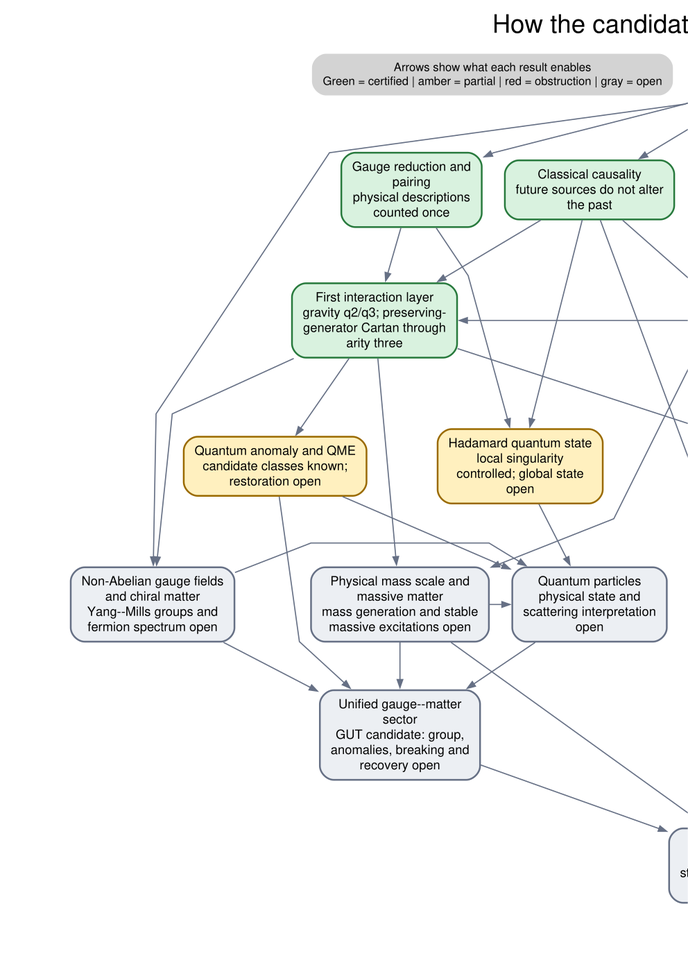
The Graphviz diagram certificate_graph/universe-building-dag.png in area9innovation/weyl-gravity, before a commit. Its source is kept beside it as certificate_graph/universe-building-dag.dot.
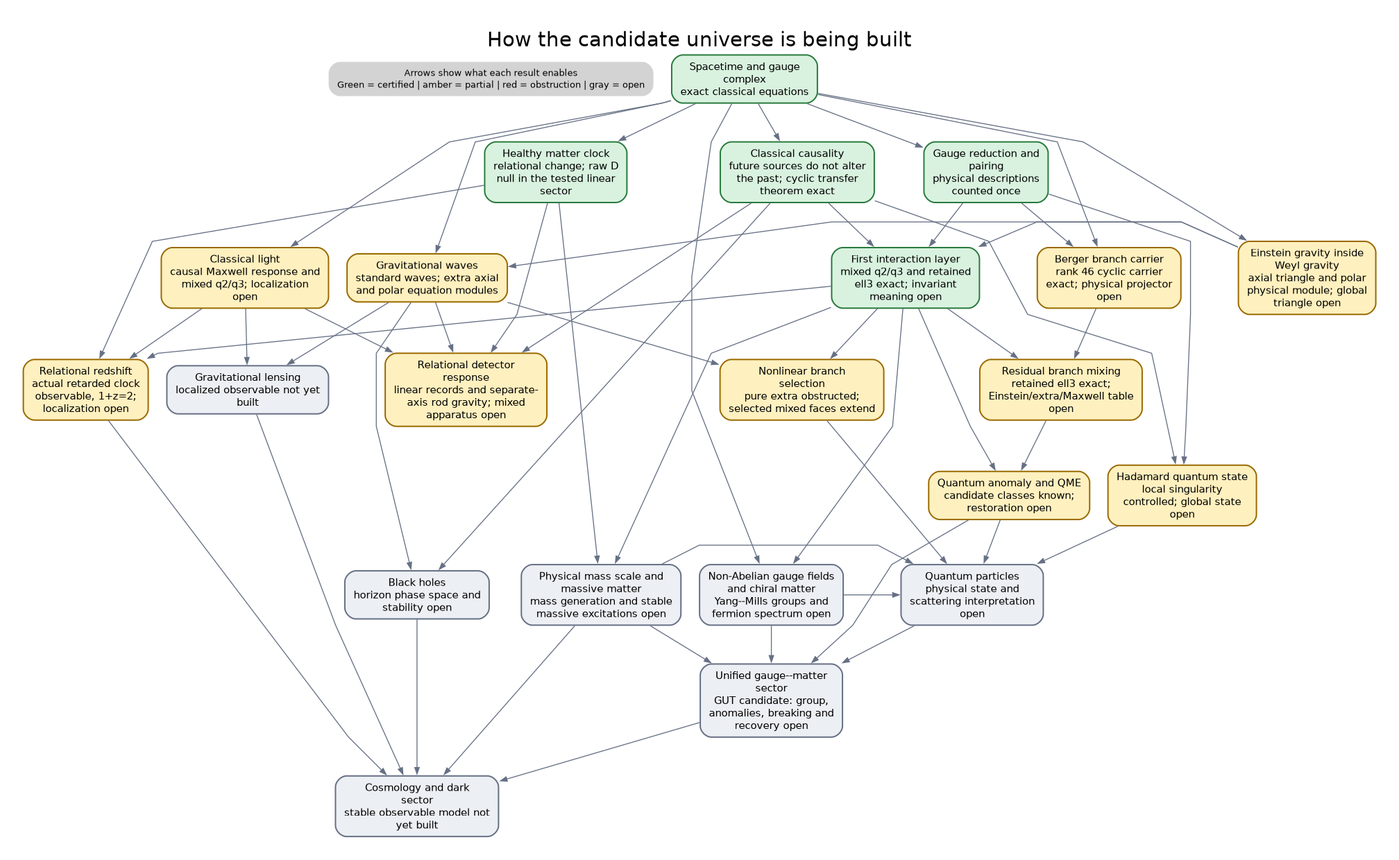
After the commit.

The edit, as a diff of the source:
```diff
@@ -6,15 +6,18 @@
   labelloc=t; fontsize=22;
   legend [shape=plaintext, label="Arrows show what each result enables\nGreen = certified | amber = partial | red = obstruction | gray = open", fontsize=10];
   "gauge_complex" [shape=box, label="Spacetime and gauge\ncomplex\nexact classical equations", fillcolor="#d9f2df", color="#287a3d", tooltip="Spacetime and gauge\ncomplex\nexact classical equations"];
-  "causality" [shape=box, label="Classical causality\nfuture sources do not alter\nthe past", fillcolor="#d9f2df", color="#287a3d", tooltip="Classical causality\nfuture sources do not alter\nthe past"];
+  "causality" [shape=box, label="Classical causality\nfuture sources do not alter\nthe past; cyclic transfer\ntheorem exact", fillcolor="#d9f2df", color="#287a3d", tooltip="Classical causality\nfuture sources do not alter\nthe past; cyclic transfer\ntheorem exact"];
   "residual" [shape=box, label="Gauge reduction and\npairing\nphysical descriptions\ncounted once", fillcolor="#d9f2df", color="#287a3d", tooltip="Gauge reduction and\npairing\nphysical descriptions\ncounted once"];
   "clock" [shape=box, label="Healthy matter clock\nrelational change; raw D\nnull in the tested linear\nsector", fillcolor="#d9f2df", color="#287a3d", tooltip="Healthy matter clock\nrelational change; raw D\nnull in the tested linear\nsector"];
-  "interactions" [shape=box, label="First interaction layer\ngravity q2/q3; preserving-\ngenerator Cartan through\narity three", fillcolor="#d9f2df", color="#287a3d", tooltip="First interaction layer\ngravity q2/q3; preserving-\ngenerator Cartan through\narity three"];
+  "interactions" [shape=box, label="First interaction layer\nmixed q2/q3 and retained\nell3 exact; invariant\nmeaning open", fillcolor="#d9f2df", color="#287a3d", tooltip="First interaction layer\nmixed q2/q3 and retained\nell3 exact; invariant\nmeaning open"];
+  "berger_branch_carrier" [shape=box, label="Berger branch carrier\nrank 46 cyclic carrier\nexact; physical projector\nopen", fillcolor="#fff0bf", color="#9a6a00", tooltip="Berger branch carrier\nrank 46 cyclic carrier\nexact; physical projector\nopen"];
+  "branch_mixing" [shape=box, label="Residual branch mixing\nretained ell3 exact;\nEinstein/extra/Maxwell table\nopen", fillcolor="#fff0bf", color="#9a6a00", tooltip="Residual branch mixing\nretained ell3 exact;\nEinstein/extra/Maxwell table\nopen"];
+  "taub_selection" [shape=box, label="Nonlinear branch\nselection\npure extra obstructed;\nselected mixed faces extend", fillcolor="#fff0bf", color="#9a6a00", tooltip="Nonlinear branch\nselection\npure extra obstructed;\nselected mixed faces extend"];
   "einstein_weyl_relative" [shape=box, label="Einstein gravity inside\nWeyl gravity\naxial triangle and polar\nphysical module; global\ntriangle open", fillcolor="#fff0bf", color="#9a6a00", tooltip="Einstein gravity inside\nWeyl gravity\naxial triangle and polar\nphysical module; global\ntriangle open"];
-  "light" [shape=box, label="Classical light\ncausal Maxwell contraction,\nrepaired q2 and retarded\nsignals; mixed q3 open", fillcolor="#fff0bf", color="#9a6a00", tooltip="Classical light\ncausal Maxwell contraction,\nrepaired q2 and retarded\nsignals; mixed q3 open"];
+  "light" [shape=box, label="Classical light\ncausal Maxwell response and\nmixed q2/q3; localization\nopen", fillcolor="#fff0bf", color="#9a6a00", tooltip="Classical light\ncausal Maxwell response and\nmixed q2/q3; localization\nopen"];
   "gravity_waves" [shape=box, label="Gravitational waves\nstandard waves; extra axial\nand polar equation modules", fillcolor="#fff0bf", color="#9a6a00", tooltip="Gravitational waves\nstandard waves; extra axial\nand polar equation modules"];
-  "redshift" [shape=box, label="Relational redshift\ndynamical Maxwell frequency\nratio; localization open", fillcolor="#fff0bf", color="#9a6a00", tooltip="Relational redshift\ndynamical Maxwell frequency\nratio; localization open"];
-  "detector" [shape=box, label="Relational detector\nresponse\nrank-two linear retarded\nrecords; apparatus BV\nextension and backreaction\nopen", fillcolor="#fff0bf", color="#9a6a00", tooltip="Relational detector\nresponse\nrank-two linear retarded\nrecords; apparatus BV\nextension and backreaction\nopen"];
+  "redshift" [shape=box, label="Relational redshift\nactual retarded clock\nobservable, 1+z=2;\nlocalization open", fillcolor="#fff0bf", color="#9a6a00", tooltip="Relational redshift\nactual retarded clock\nobservable, 1+z=2;\nlocalization open"];
+  "detector" [shape=box, label="Relational detector\nresponse\nlinear records and separate-\naxis rod gravity; mixed\napparatus open", fillcolor="#fff0bf", color="#9a6a00", tooltip="Relational detector\nresponse\nlinear records and separate-\naxis rod gravity; mixed\napparatus open"];
   "hadamard" [shape=box, label="Hadamard quantum state\nlocal singularity\ncontrolled; global state\nopen", fillcolor="#fff0bf", color="#9a6a00", tooltip="Hadamard quantum state\nlocal singularity\ncontrolled; global state\nopen"];
   "anomalies" [shape=box, label="Quantum anomaly and QME\ncandidate classes known;\nrestoration open", fillcolor="#fff0bf", color="#9a6a00", tooltip="Quantum anomaly and QME\ncandidate classes known;\nrestoration open"];
   "lensing" [shape=box, label="Gravitational lensing\nlocalized observable not yet\nbuilt", fillcolor="#eceff3", color="#667085", tooltip="Gravitational lensing\nlocalized observable not yet\nbuilt"];
@@ -25,7 +28,8 @@
   "gut" [shape=box, label="Unified gauge--matter\nsector\nGUT candidate: group,\nanomalies, breaking and\nrecovery open", fillcolor="#eceff3", color="#667085", tooltip="Unified gauge--matter\nsector\nGUT candidate: group,\nanomalies, breaking and\nrecovery open"];
   "cosmology" [shape=box, label="Cosmology and dark\nsector\nstable observable model not\nyet built", fillcolor="#eceff3", color="#667085", tooltip="Cosmology and dark\nsector\nstable observable model not\nyet built"];
   { rank=same; "causality"; "residual"; "clock"; }
-  { rank=same; "interactions"; "einstein_weyl_relative"; "light"; "gravity_waves"; }
+  { rank=same; "interactions"; "berger_branch_carrier"; "einstein_weyl_relative"; "light"; "gravity_waves"; }
+  { rank=same; "branch_mixing"; "taub_selection"; }
   { rank=same; "redshift"; "detector"; "lensing"; }
   { rank=same; "hadamard"; "anomalies"; }
   { rank=same; "mass"; "nonabelian_matter"; "particles"; "black_holes"; }
@@ -35,10 +39,16 @@
   "gauge_complex" -> "light" [tooltip="supports fields"];
   "gauge_complex" -> "gravity_waves" [tooltip="linearizes"];
   "gauge_complex" -> "einstein_weyl_relative" [tooltip="defines both complexes"];
+  "gauge_complex" -> "berger_branch_carrier" [tooltip="defines the retained carrier"];
   "einstein_weyl_relative" -> "gravity_waves" [tooltip="separates familiar and extra modes"];
   "einstein_weyl_relative" -> "interactions" [tooltip="tests nonlinear closure"];
   "residual" -> "interactions" [tooltip="defines physical transfer"];
+  "residual" -> "berger_branch_carrier" [tooltip="defines the retained rows"];
   "causality" -> "interactions" [tooltip="limits influence"];
+  "interactions" -> "branch_mixing" [tooltip="supplies retained ell3"];
+  "berger_branch_carrier" -> "branch_mixing" [tooltip="must supply the projector"];
+  "gravity_waves" -> "taub_selection" [tooltip="supplies branch tangents"];
+  "interactions" -> "taub_selection" [tooltip="tests second-order extension"];
   "clock" -> "redshift" [tooltip="supplies readings"];
   "light" -> "redshift" [tooltip="carries frequency"];
   "interactions" -> "redshift" [tooltip="preserves observable"];
@@ -51,8 +61,10 @@
   "causality" -> "hadamard" [tooltip="fixes commutator"];
   "residual" -> "hadamard" [tooltip="selects observables"];
   "interactions" -> "anomalies" [tooltip="feeds quantum identities"];
+  "branch_mixing" -> "anomalies" [tooltip="labels residual quantum channels"];
   "hadamard" -> "particles" [tooltip="supplies short-distance state"];
   "anomalies" -> "particles" [tooltip="restores quantum gauge identity"];
+  "taub_selection" -> "particles" [tooltip="restricts nonlinear candidates"];
   "clock" -> "mass" [tooltip="can supply a scale"];
   "interactions" -> "mass" [tooltip="stabilizes matter"];
   "mass" -> "particles" [tooltip="creates rest excitations"];
```
